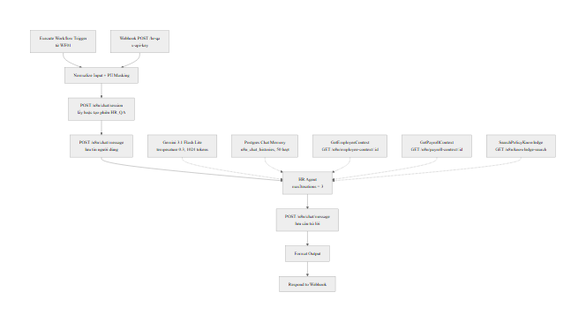
The Mermaid diagram docs/diagrams/H3-06-wf02-hr.png in NguyenDang182005/khoa-luan, before a commit. Its source is kept beside it as docs/diagrams/H3-06-wf02-hr.mmd.
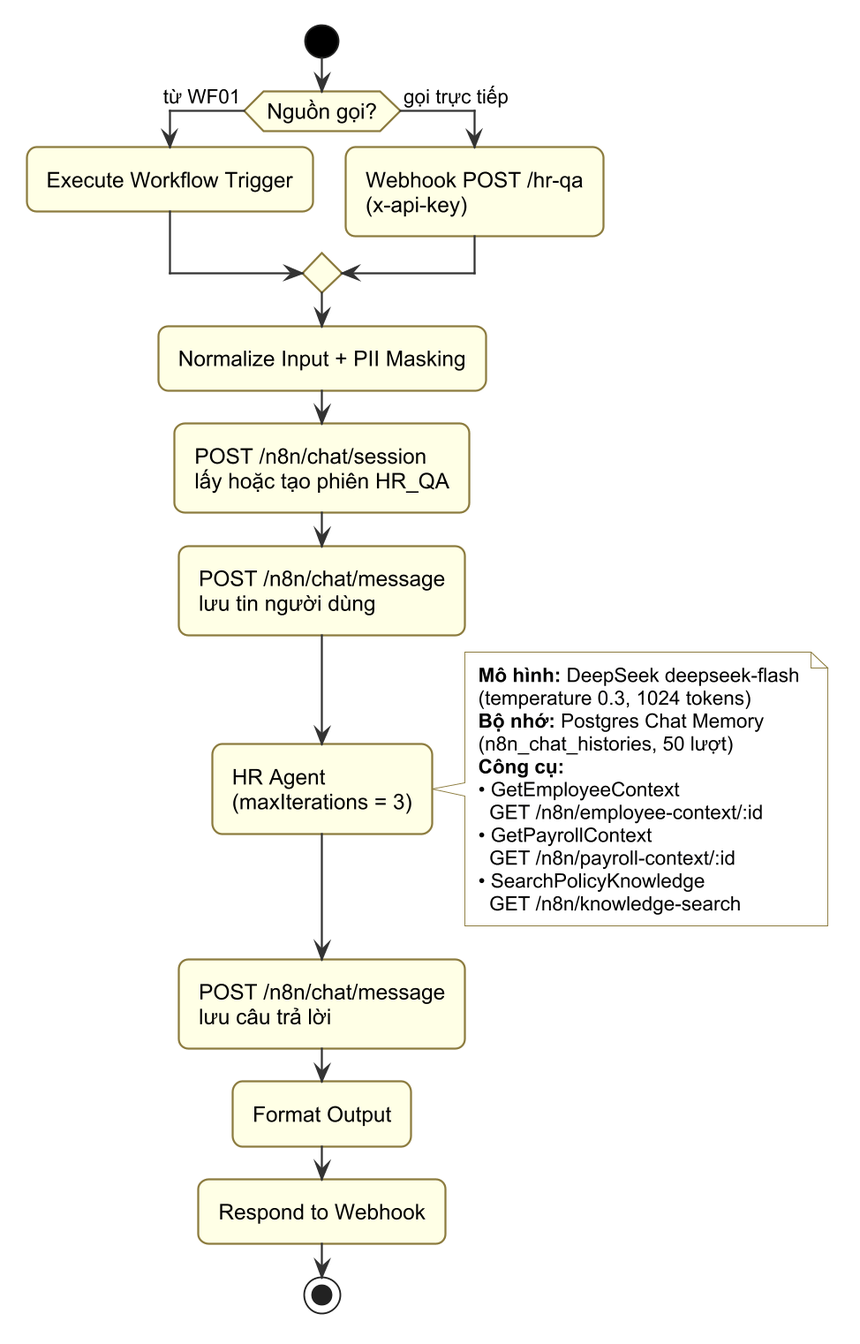
After the commit.

What changed in the source:
```diff
@@ -4,7 +4,7 @@
   N["Normalize Input + PII Masking"] --> S["POST /n8n/chat/session<br/>lấy hoặc tạo phiên HR_QA"]
   S --> U["POST /n8n/chat/message<br/>lưu tin người dùng"]
   U --> AG["HR Agent<br/>maxIterations = 3"]
-  LLM["Gemini 3.1 Flash Lite<br/>temperature 0.3, 1024 tokens"] -.-> AG
+  LLM["DeepSeek deepseek-flash<br/>temperature 0.3, 1024 tokens"] -.-> AG
   MEM["Postgres Chat Memory<br/>n8n_chat_histories, 50 lượt"] -.-> AG
   T1["GetEmployeeContext<br/>GET /n8n/employee-context/:id"] -.-> AG
   T2["GetPayrollContext<br/>GET /n8n/payroll-context/:id"] -.-> AG
```
